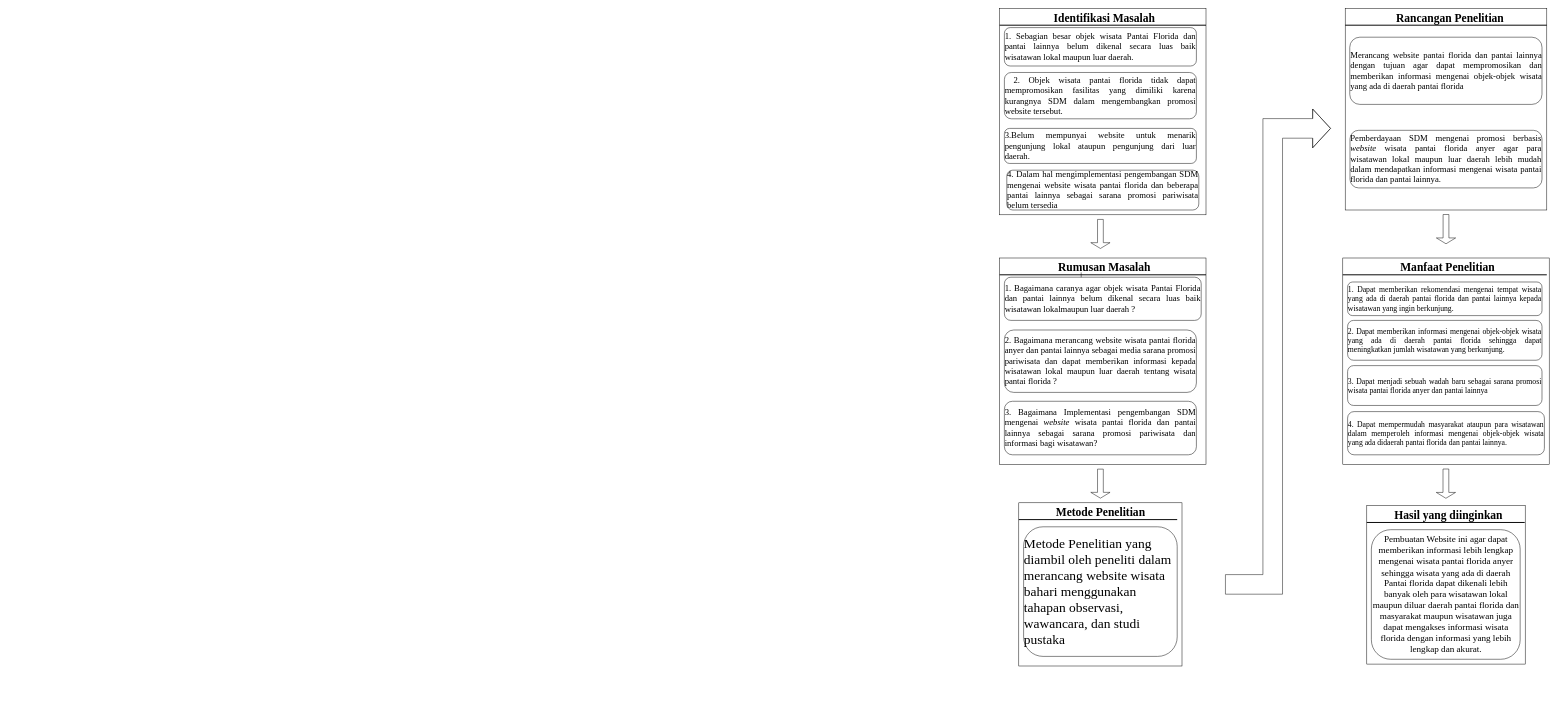
This is page "Page-70" (1 of 62) of Untitled Diagram.drawio from Jeremia0910/SJSI, a draw.io file, before an edit. Source tidied: cells renumbered, new cells numbered last; positions are measured from the earlier drawing's top-left corner, leaving out a move shared by most shapes. Both pictures are drawn from the tidied source at 48%, with x=0, y=0 at pixel (999, 8).
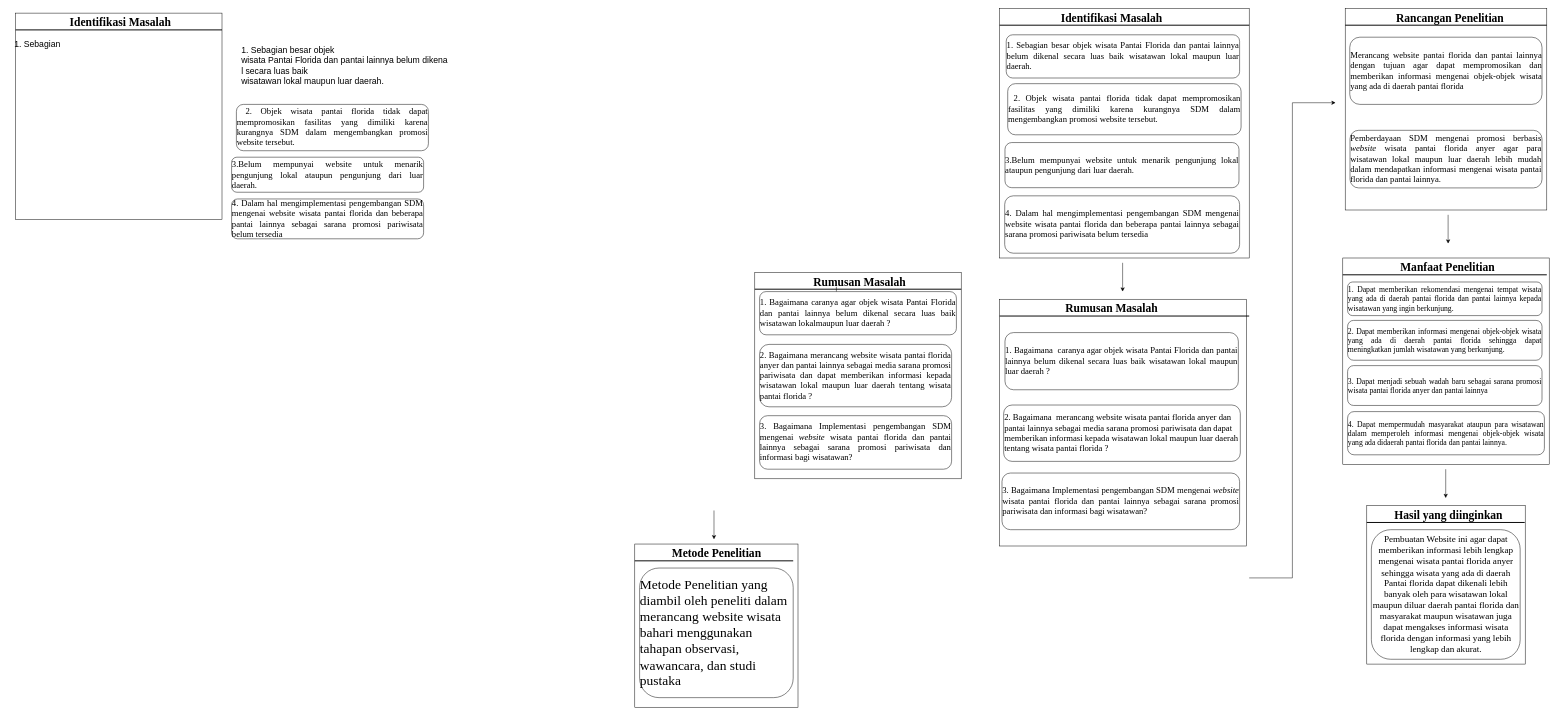
The same page after the edit.

Diff of the diagram source:
```diff
@@
-    <mxCell id="7" style="shape=singleArrow;direction=east;whiteSpace=wrap;html=1;fontFamily=Times New Roman;rotation=90;" parent="1" vertex="1">
-      <mxGeometry x="899.5" y="439.8" width="61" height="40.2" as="geometry" />
-    </mxCell>
     <mxCell id="8" style="whiteSpace=wrap;html=1;" parent="1" vertex="1">
-      <mxGeometry width="430" height="430" as="geometry" />
+      <mxGeometry width="520" height="520" as="geometry" />
     </mxCell>
     <mxCell id="9" style="line;strokeWidth=2;html=1;" parent="1" vertex="1">
-      <mxGeometry y="30" width="430" height="10" as="geometry" />
+      <mxGeometry y="30" width="520" height="10" as="geometry" />
     </mxCell>
-    <mxCell id="10" value="&lt;font face=&quot;Times New Roman&quot;&gt;&lt;span style=&quot;white-space: pre;&quot;&gt;&#9;&lt;/span&gt;&lt;span style=&quot;white-space: pre;&quot;&gt;&#9;&lt;/span&gt;Identifikasi Masalah&lt;/font&gt;" style="text;html=1;fontSize=24;fontStyle=1;verticalAlign=middle;align=center;" parent="1" vertex="1">
+    <mxCell id="10" value="&lt;font face=&quot;Times New Roman&quot;&gt;&lt;span style=&quot;white-space: pre;&quot;&gt;&#9;&lt;/span&gt;&lt;span style=&quot;white-space: pre;&quot;&gt;&#9;&lt;/span&gt;&amp;nbsp;&amp;nbsp;&amp;nbsp;&amp;nbsp; Identifikasi Masalah&lt;/font&gt;" style="text;html=1;fontSize=24;fontStyle=1;verticalAlign=middle;align=center;" parent="1" vertex="1">
       <mxGeometry x="135" y="10" width="70" height="20" as="geometry" />
     </mxCell>
     <mxCell id="11" value="&lt;div style=&quot;font-size: 18px;&quot; align=&quot;justify&quot;&gt;1. Sebagian besar objek wisata Pantai Florida dan pantai lainnya belum dikenal secara luas baik wisatawan lokal maupun luar daerah.&lt;/div&gt;" style="rounded=1;whiteSpace=wrap;html=1;fontFamily=Times New Roman;fontSize=14;align=center;" parent="1" vertex="1">
-      <mxGeometry x="10" y="40" width="400" height="80" as="geometry" />
+      <mxGeometry x="13.8" y="55" width="486.2" height="90" as="geometry" />
     </mxCell>
     <mxCell id="12" value="&lt;div style=&quot;font-size: 18px;&quot; align=&quot;justify&quot;&gt;&amp;nbsp;2. &lt;span&gt;Objek wisata pantai florida tidak dapat mempromosikan fasilitas yang dimiliki karena kurangnya SDM dalam mengembangkan promosi website tersebut.&lt;/span&gt;&lt;/div&gt;" style="rounded=1;whiteSpace=wrap;html=1;fontFamily=Times New Roman;fontSize=14;" parent="1" vertex="1">
-      <mxGeometry x="10" y="133.5" width="400" height="96.5" as="geometry" />
+      <mxGeometry x="16.9" y="156.8" width="486.2" height="106.5" as="geometry" />
     </mxCell>
     <mxCell id="13" value="&lt;div style=&quot;font-size: 18px;&quot; align=&quot;justify&quot;&gt;&lt;span&gt;3.Belum mempunyai website untuk menarik pengunjung lokal ataupun pengunjung dari luar daerah.&lt;/span&gt;&lt;/div&gt;" style="rounded=1;whiteSpace=wrap;html=1;fontFamily=Times New Roman;fontSize=14;" parent="1" vertex="1">
-      <mxGeometry x="10" y="250" width="400" height="73" as="geometry" />
+      <mxGeometry x="11.2" y="279.5" width="487.5" height="94" as="geometry" />
     </mxCell>
     <mxCell id="14" value="&lt;div style=&quot;font-size: 18px;&quot; align=&quot;justify&quot;&gt;&lt;span&gt;4. Dalam hal mengimplementasi pengembangan SDM mengenai website wisata pantai florida dan beberapa pantai lainnya sebagai sarana promosi pariwisata belum tersedia&lt;br&gt;&lt;/span&gt;&lt;/div&gt;" style="rounded=1;whiteSpace=wrap;html=1;fontFamily=Times New Roman;fontSize=14;" parent="1" vertex="1">
-      <mxGeometry x="15" y="337" width="400" height="83" as="geometry" />
+      <mxGeometry x="10.6" y="390.5" width="489.4" height="119.5" as="geometry" />
     </mxCell>
-    <mxCell id="15" style="shape=singleArrow;direction=east;whiteSpace=wrap;html=1;fontFamily=Times New Roman;rotation=90;" parent="1" vertex="1">
-      <mxGeometry x="179.8" y="449.8" width="60.5" height="40.2" as="geometry" />
-    </mxCell>
     <mxCell id="16" style="whiteSpace=wrap;html=1;" parent="1" vertex="1">
-      <mxGeometry y="520" width="430" height="430" as="geometry" />
+      <mxGeometry x="-510" y="550" width="430" height="430" as="geometry" />
     </mxCell>
     <mxCell id="17" style="line;strokeWidth=2;html=1;" parent="1" vertex="1">
-      <mxGeometry y="550" width="430" height="10" as="geometry" />
+      <mxGeometry x="-510" y="580" width="430" height="10" as="geometry" />
     </mxCell>
@@
     <mxCell id="19" value="&lt;font face=&quot;Times New Roman&quot;&gt;&lt;span style=&quot;white-space: pre;&quot;&gt;&#9;&lt;/span&gt;&lt;span style=&quot;white-space: pre;&quot;&gt;&#9;&lt;/span&gt;Rumusan Masalah&lt;/font&gt;" style="text;html=1;fontSize=24;fontStyle=1;verticalAlign=middle;align=center;" parent="1" vertex="1">
-      <mxGeometry x="135" y="530" width="70" height="20" as="geometry" />
+      <mxGeometry x="-375" y="560" width="70" height="20" as="geometry" />
     </mxCell>
     <mxCell id="20" value="&lt;div style=&quot;font-size: 18px;&quot; align=&quot;justify&quot;&gt;&lt;p&gt;&lt;span&gt;1. Bagaimana caranya agar objek wisata Pantai Florida dan pantai lainnya belum dikenal secara luas baik wisatawan lokalmaupun luar daerah ?&lt;/span&gt;&lt;/p&gt;&lt;/div&gt;" style="rounded=1;whiteSpace=wrap;html=1;fontFamily=Times New Roman;fontSize=14;align=center;" parent="1" vertex="1">
-      <mxGeometry x="10" y="560" width="410" height="90" as="geometry" />
+      <mxGeometry x="-500" y="590" width="410" height="90" as="geometry" />
     </mxCell>
     <mxCell id="21" value="&lt;div style=&quot;font-size: 18px;&quot; align=&quot;justify&quot;&gt;&lt;p&gt;&lt;span&gt;2. Bagaimana merancang website wisata pantai florida anyer dan pantai lainnya sebagai media sarana promosi pariwisata dan dapat memberikan informasi kepada wisatawan lokal maupun luar daerah tentang wisata pantai florida ?&lt;/span&gt;&lt;/p&gt;&lt;/div&gt;" style="rounded=1;whiteSpace=wrap;html=1;fontFamily=Times New Roman;fontSize=14;" parent="1" vertex="1">
-      <mxGeometry x="10" y="670" width="400" height="130" as="geometry" />
+      <mxGeometry x="-500" y="700" width="400" height="130" as="geometry" />
     </mxCell>
     <mxCell id="22" value="&lt;div style=&quot;font-size: 18px;&quot; align=&quot;justify&quot;&gt;3. Bagaimana Implementasi pengembangan SDM mengenai&lt;i&gt; website &lt;/i&gt;wisata pantai florida dan pantai lainnya sebagai sarana promosi pariwisata dan informasi bagi wisatawan?&lt;/div&gt;" style="rounded=1;whiteSpace=wrap;html=1;fontFamily=Times New Roman;fontSize=14;" parent="1" vertex="1">
-      <mxGeometry x="10" y="818.5" width="400" height="111.5" as="geometry" />
+      <mxGeometry x="-500" y="848.5" width="400" height="111.5" as="geometry" />
     </mxCell>
     <mxCell id="23" style="whiteSpace=wrap;html=1;" parent="1" vertex="1">
-      <mxGeometry x="40" y="1030" width="340" height="340" as="geometry" />
+      <mxGeometry x="-760" y="1115.9" width="340" height="340" as="geometry" />
     </mxCell>
     <mxCell id="24" style="line;strokeWidth=2;html=1;" parent="1" vertex="1">
-      <mxGeometry x="40" y="1060" width="330" height="10" as="geometry" />
+      <mxGeometry x="-760" y="1145.9" width="330" height="10" as="geometry" />
     </mxCell>
     <mxCell id="25" value="&lt;font face=&quot;Times New Roman&quot;&gt;Metode Penelitian&lt;br&gt;&lt;/font&gt;" style="text;html=1;fontSize=24;fontStyle=1;verticalAlign=middle;align=center;" parent="1" vertex="1">
-      <mxGeometry x="175" y="1040" width="70" height="20" as="geometry" />
+      <mxGeometry x="-625" y="1125.9" width="70" height="20" as="geometry" />
     </mxCell>
     <mxCell id="26" value="&lt;div style=&quot;font-size: 28px;&quot; align=&quot;left&quot;&gt;&lt;font style=&quot;font-size: 28px;&quot;&gt;Metode Penelitian yang diambil oleh peneliti dalam merancang website wisata bahari menggunakan tahapan observasi, wawancara, dan studi pustaka&lt;/font&gt;&lt;br&gt;&lt;/div&gt;" style="rounded=1;whiteSpace=wrap;html=1;fontFamily=Times New Roman;fontSize=14;" parent="1" vertex="1">
-      <mxGeometry x="50" y="1080" width="320" height="270" as="geometry" />
+      <mxGeometry x="-750" y="1165.9" width="320" height="270" as="geometry" />
     </mxCell>
-    <mxCell id="27" style="shape=singleArrow;direction=east;whiteSpace=wrap;html=1;fontFamily=Times New Roman;rotation=90;" parent="1" vertex="1">
-      <mxGeometry x="179.8" y="970" width="60.5" height="40.2" as="geometry" />
-    </mxCell>
-    <mxCell id="28" style="edgeStyle=segmentEdgeStyle;endArrow=classic;html=1;rounded=0;fontFamily=Times New Roman;fontSize=19;shape=flexArrow;width=40.833333333333336;endWidth=39;endSize=12.108333333333333;" parent="1" edge="1">
-      <mxGeometry relative="1" as="geometry">
-        <mxPoint x="470" y="1200" as="sourcePoint" />
-        <mxPoint x="690" y="250" as="targetPoint" />
-        <Array as="points">
-          <mxPoint x="569" y="1200" />
-          <mxPoint x="569" y="250" />
-          <mxPoint x="649" y="250" />
-        </Array>
-      </mxGeometry>
-    </mxCell>
@@
-    <mxCell id="32" style="shape=singleArrow;direction=east;whiteSpace=wrap;html=1;fontFamily=Times New Roman;rotation=90;" parent="1" vertex="1">
-      <mxGeometry x="899.3" y="970" width="61" height="40.2" as="geometry" />
-    </mxCell>
@@
+    <mxCell id="41" style="whiteSpace=wrap;html=1;" parent="1" vertex="1">
+      <mxGeometry x="-2050" y="9.8" width="430" height="430" as="geometry" />
+    </mxCell>
+    <mxCell id="42" style="line;strokeWidth=2;html=1;" parent="1" vertex="1">
+      <mxGeometry x="-2050" y="39.8" width="430" height="10" as="geometry" />
+    </mxCell>
+    <mxCell id="43" value="&lt;font face=&quot;Times New Roman&quot;&gt;&lt;span style=&quot;white-space: pre;&quot;&gt;&#9;&lt;/span&gt;&lt;span style=&quot;white-space: pre;&quot;&gt;&#9;&lt;/span&gt;Identifikasi Masalah&lt;/font&gt;" style="text;html=1;fontSize=24;fontStyle=1;verticalAlign=middle;align=center;" parent="1" vertex="1">
+      <mxGeometry x="-1915" y="19.8" width="70" height="20" as="geometry" />
+    </mxCell>
+    <mxCell id="44" value="&lt;div style=&quot;font-size: 18px;&quot; align=&quot;justify&quot;&gt;&amp;nbsp;2. &lt;span&gt;Objek wisata pantai florida tidak dapat mempromosikan fasilitas yang dimiliki karena kurangnya SDM dalam mengembangkan promosi website tersebut.&lt;/span&gt;&lt;/div&gt;" style="rounded=1;whiteSpace=wrap;html=1;fontFamily=Times New Roman;fontSize=14;" parent="1" vertex="1">
+      <mxGeometry x="-1590" y="200" width="400" height="96.5" as="geometry" />
+    </mxCell>
+    <mxCell id="45" value="&lt;div style=&quot;font-size: 18px;&quot; align=&quot;justify&quot;&gt;&lt;span&gt;3.Belum mempunyai website untuk menarik pengunjung lokal ataupun pengunjung dari luar daerah.&lt;/span&gt;&lt;/div&gt;" style="rounded=1;whiteSpace=wrap;html=1;fontFamily=Times New Roman;fontSize=14;" parent="1" vertex="1">
+      <mxGeometry x="-1600" y="310" width="400" height="73" as="geometry" />
+    </mxCell>
+    <mxCell id="46" value="&lt;div style=&quot;font-size: 18px;&quot; align=&quot;justify&quot;&gt;&lt;span&gt;4. Dalam hal mengimplementasi pengembangan SDM mengenai website wisata pantai florida dan beberapa pantai lainnya sebagai sarana promosi pariwisata belum tersedia&lt;br&gt;&lt;/span&gt;&lt;/div&gt;" style="rounded=1;whiteSpace=wrap;html=1;fontFamily=Times New Roman;fontSize=14;" parent="1" vertex="1">
+      <mxGeometry x="-1600" y="397" width="400" height="83" as="geometry" />
+    </mxCell>
+    <mxCell id="47" value="&lt;div style=&quot;font-size: 18px;&quot; align=&quot;justify&quot;&gt;1. Sebagian besar objek &lt;br/&gt;wisata Pantai Florida dan pantai lainnya belum dikena&lt;/div&gt;&lt;div style=&quot;font-size: 18px;&quot; align=&quot;justify&quot;&gt;l secara luas baik &lt;br/&gt;wisatawan lokal maupun luar daerah.&lt;/div&gt;" style="text;html=1;align=center;verticalAlign=middle;strokeColor=none;fillColor=none;" parent="1" vertex="1">
+      <mxGeometry x="-1600" y="70" width="470" height="100" as="geometry" />
+    </mxCell>
+    <mxCell id="48" value="&lt;font style=&quot;font-size: 18px;&quot;&gt;1. Sebagian&lt;/font&gt;" style="text;html=1;align=center;verticalAlign=middle;strokeColor=none;fillColor=none;" parent="1" vertex="1">
+      <mxGeometry x="-2065" y="55" width="120" height="40" as="geometry" />
+    </mxCell>
+    <mxCell id="49" style="endArrow=classic;html=1;rounded=0;" parent="1" edge="1">
+      <mxGeometry relative="1" as="geometry">
+        <mxPoint x="256.3" y="530" as="sourcePoint" />
+        <mxPoint x="256.3" y="590" as="targetPoint" />
+      </mxGeometry>
+    </mxCell>
+    <mxCell id="50" style="endArrow=classic;html=1;rounded=0;" parent="1" edge="1">
+      <mxGeometry relative="1" as="geometry">
+        <mxPoint x="-595" y="1046" as="sourcePoint" />
+        <mxPoint x="-595" y="1106" as="targetPoint" />
+      </mxGeometry>
+    </mxCell>
+    <mxCell id="51" style="endArrow=classic;html=1;rounded=0;edgeStyle=elbowEdgeStyle;" parent="1" edge="1">
+      <mxGeometry relative="1" as="geometry">
+        <mxPoint x="520" y="1186.5" as="sourcePoint" />
+        <mxPoint x="700" y="196.5" as="targetPoint" />
+        <Array as="points">
+          <mxPoint x="610" y="686.5" />
+        </Array>
+      </mxGeometry>
+    </mxCell>
+    <mxCell id="52" style="endArrow=classic;html=1;rounded=0;" parent="1" edge="1">
+      <mxGeometry relative="1" as="geometry">
+        <mxPoint x="934.4" y="430" as="sourcePoint" />
+        <mxPoint x="934.4" y="490" as="targetPoint" />
+      </mxGeometry>
+    </mxCell>
+    <mxCell id="53" style="endArrow=classic;html=1;rounded=0;" parent="1" edge="1">
+      <mxGeometry relative="1" as="geometry">
+        <mxPoint x="929.4" y="960" as="sourcePoint" />
+        <mxPoint x="929.4" y="1020" as="targetPoint" />
+      </mxGeometry>
+    </mxCell>
+    <mxCell id="54" style="whiteSpace=wrap;html=1;" parent="1" vertex="1">
+      <mxGeometry y="605.9" width="514.1" height="514.1" as="geometry" />
+    </mxCell>
+    <mxCell id="55" style="line;strokeWidth=2;html=1;" parent="1" vertex="1">
+      <mxGeometry y="635.9" width="520" height="10" as="geometry" />
+    </mxCell>
+    <mxCell id="56" value="&lt;font face=&quot;Times New Roman&quot;&gt;&lt;span style=&quot;white-space: pre;&quot;&gt;&#9;&lt;/span&gt;&lt;span style=&quot;white-space: pre;&quot;&gt;&#9;&lt;/span&gt;&amp;nbsp;&amp;nbsp;&amp;nbsp;&amp;nbsp; Rumusan Masalah&lt;/font&gt;" style="text;html=1;fontSize=24;fontStyle=1;verticalAlign=middle;align=center;" parent="1" vertex="1">
+      <mxGeometry x="135" y="615.9" width="70" height="20" as="geometry" />
+    </mxCell>
+    <mxCell id="57" value="&lt;div style=&quot;font-size: 18px;&quot; align=&quot;justify&quot;&gt;&lt;div style=&quot;font-size: 18px;&quot; align=&quot;justify&quot;&gt;&lt;p&gt;1. Bagaimana&amp;nbsp; caranya agar objek wisata Pantai Florida dan pantai lainnya belum dikenal secara luas baik wisatawan lokal maupun luar daerah ?&lt;/p&gt;&lt;/div&gt;&lt;/div&gt;" style="rounded=1;whiteSpace=wrap;html=1;fontFamily=Times New Roman;fontSize=14;align=center;" parent="1" vertex="1">
+      <mxGeometry x="11.2" y="675.4" width="486.2" height="119.1" as="geometry" />
+    </mxCell>
+    <mxCell id="58" value="&lt;div style=&quot;font-size: 18px;&quot; align=&quot;left&quot;&gt;&lt;div style=&quot;&quot;&gt;&lt;p&gt;2. Bagaimana&amp;nbsp; merancang website wisata pantai florida anyer dan pantai lainnya sebagai media sarana promosi pariwisata dan dapat memberikan informasi kepada wisatawan lokal maupun luar daerah tentang wisata pantai florida ?&lt;/p&gt;&lt;/div&gt;&lt;/div&gt;" style="rounded=1;whiteSpace=wrap;html=1;fontFamily=Times New Roman;fontSize=14;align=left;" parent="1" vertex="1">
+      <mxGeometry x="8.4" y="826.3" width="493.1" height="117.4" as="geometry" />
+    </mxCell>
+    <mxCell id="59" value="&lt;div style=&quot;font-size: 18px;&quot; align=&quot;justify&quot;&gt;&lt;div style=&quot;font-size: 18px;&quot; align=&quot;justify&quot;&gt;3. Bagaimana Implementasi pengembangan SDM mengenai&lt;i&gt; website &lt;/i&gt;wisata pantai florida dan pantai lainnya sebagai sarana promosi pariwisata dan informasi bagi wisatawan?&lt;/div&gt;&lt;/div&gt;" style="rounded=1;whiteSpace=wrap;html=1;fontFamily=Times New Roman;fontSize=14;" parent="1" vertex="1">
+      <mxGeometry x="5" y="968" width="495" height="118" as="geometry" />
+    </mxCell>
```
